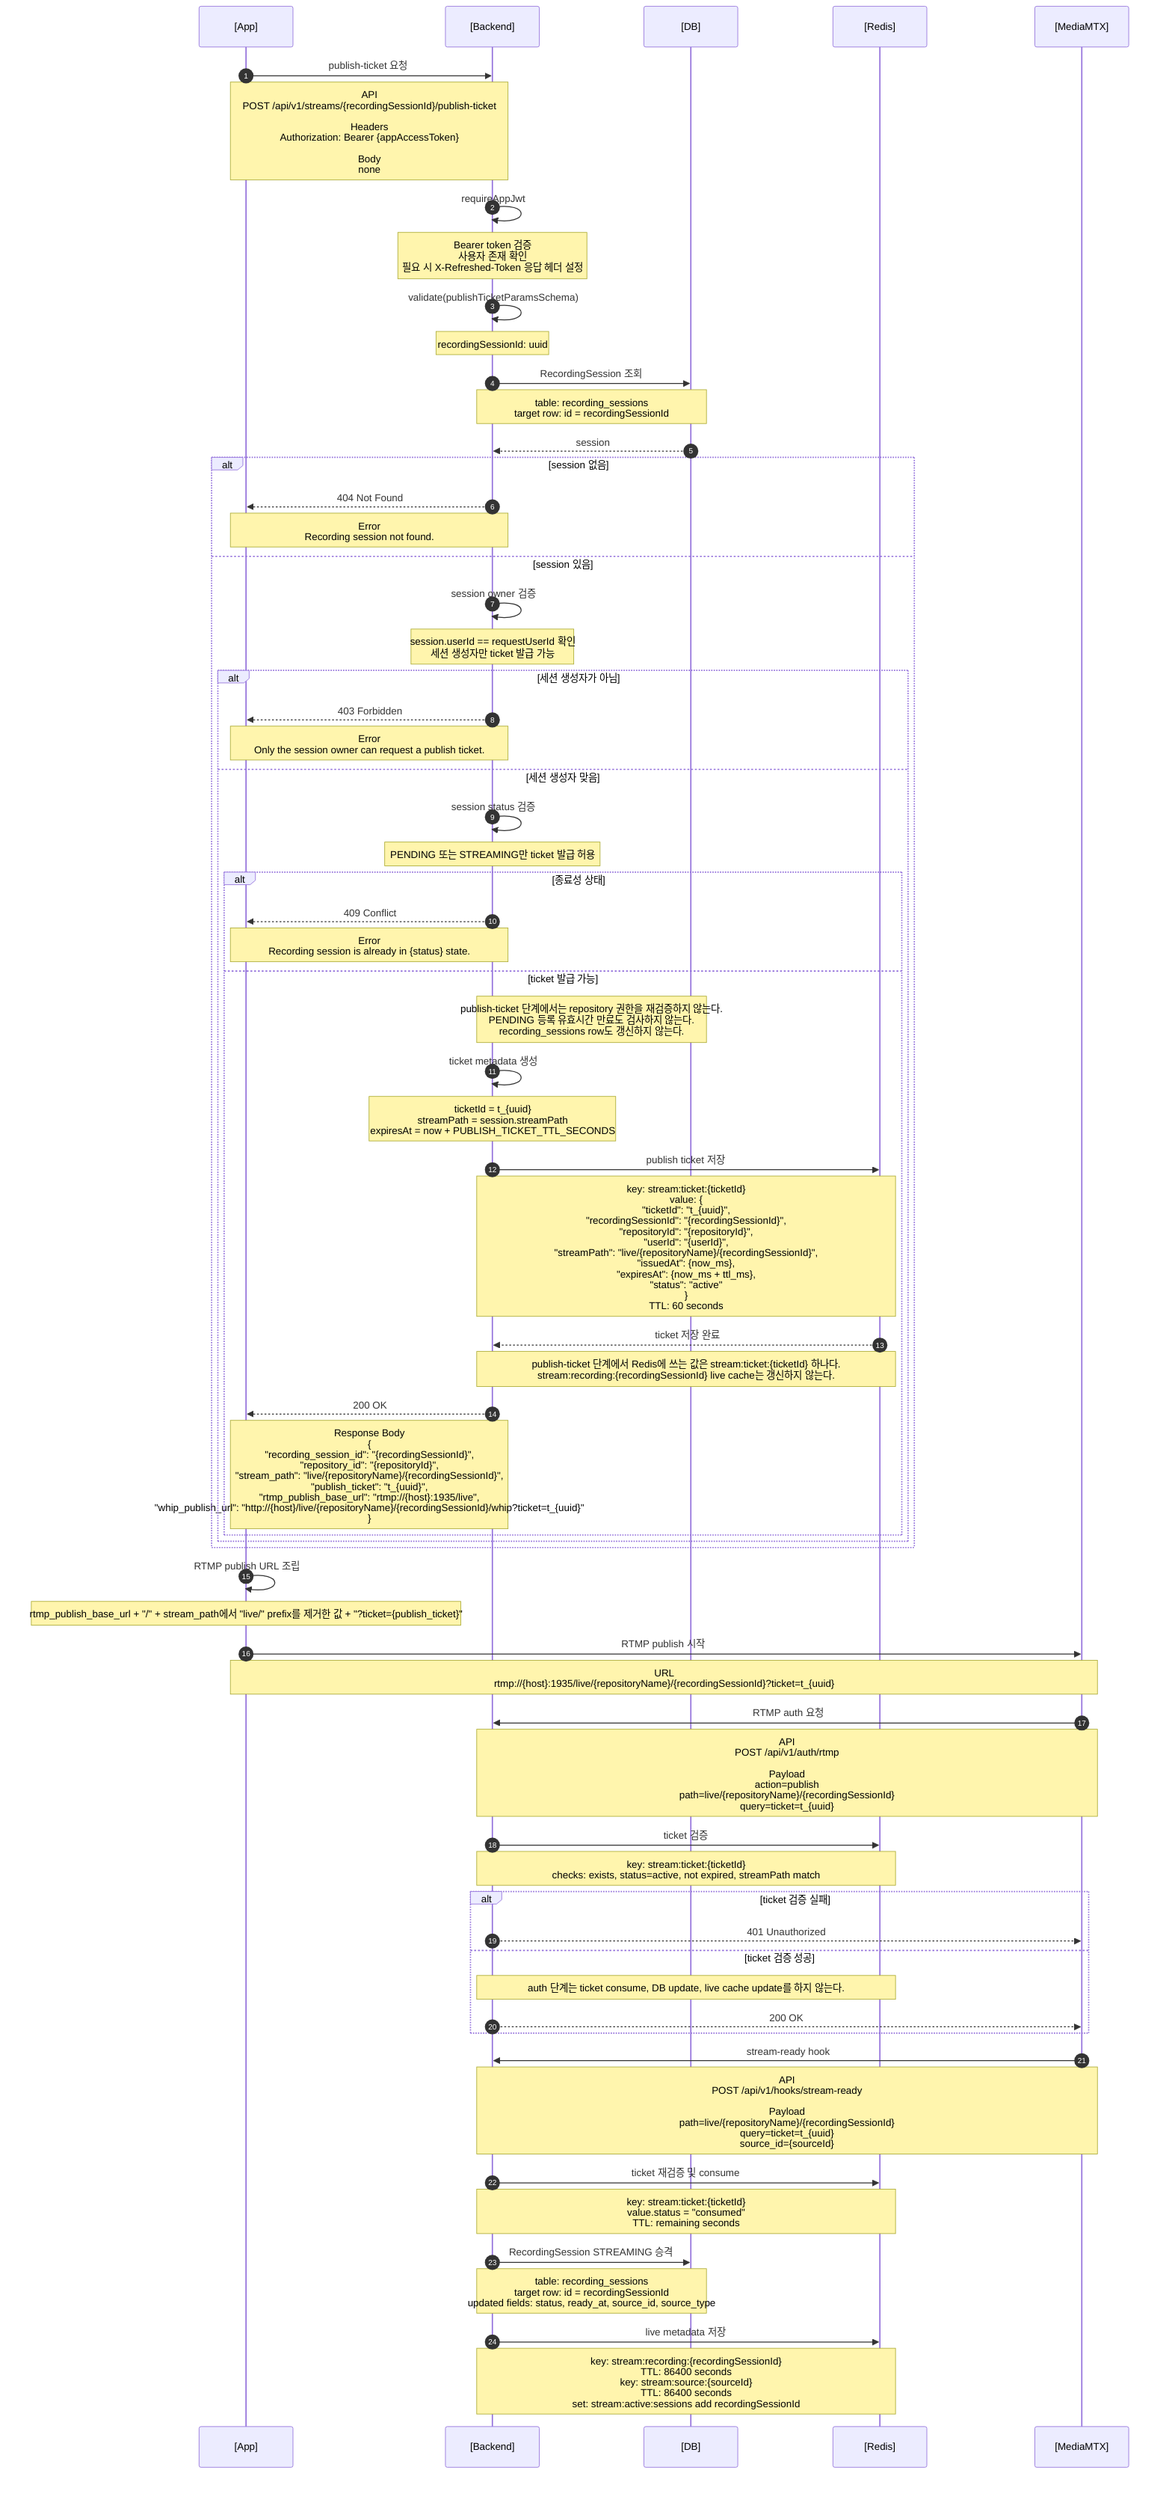
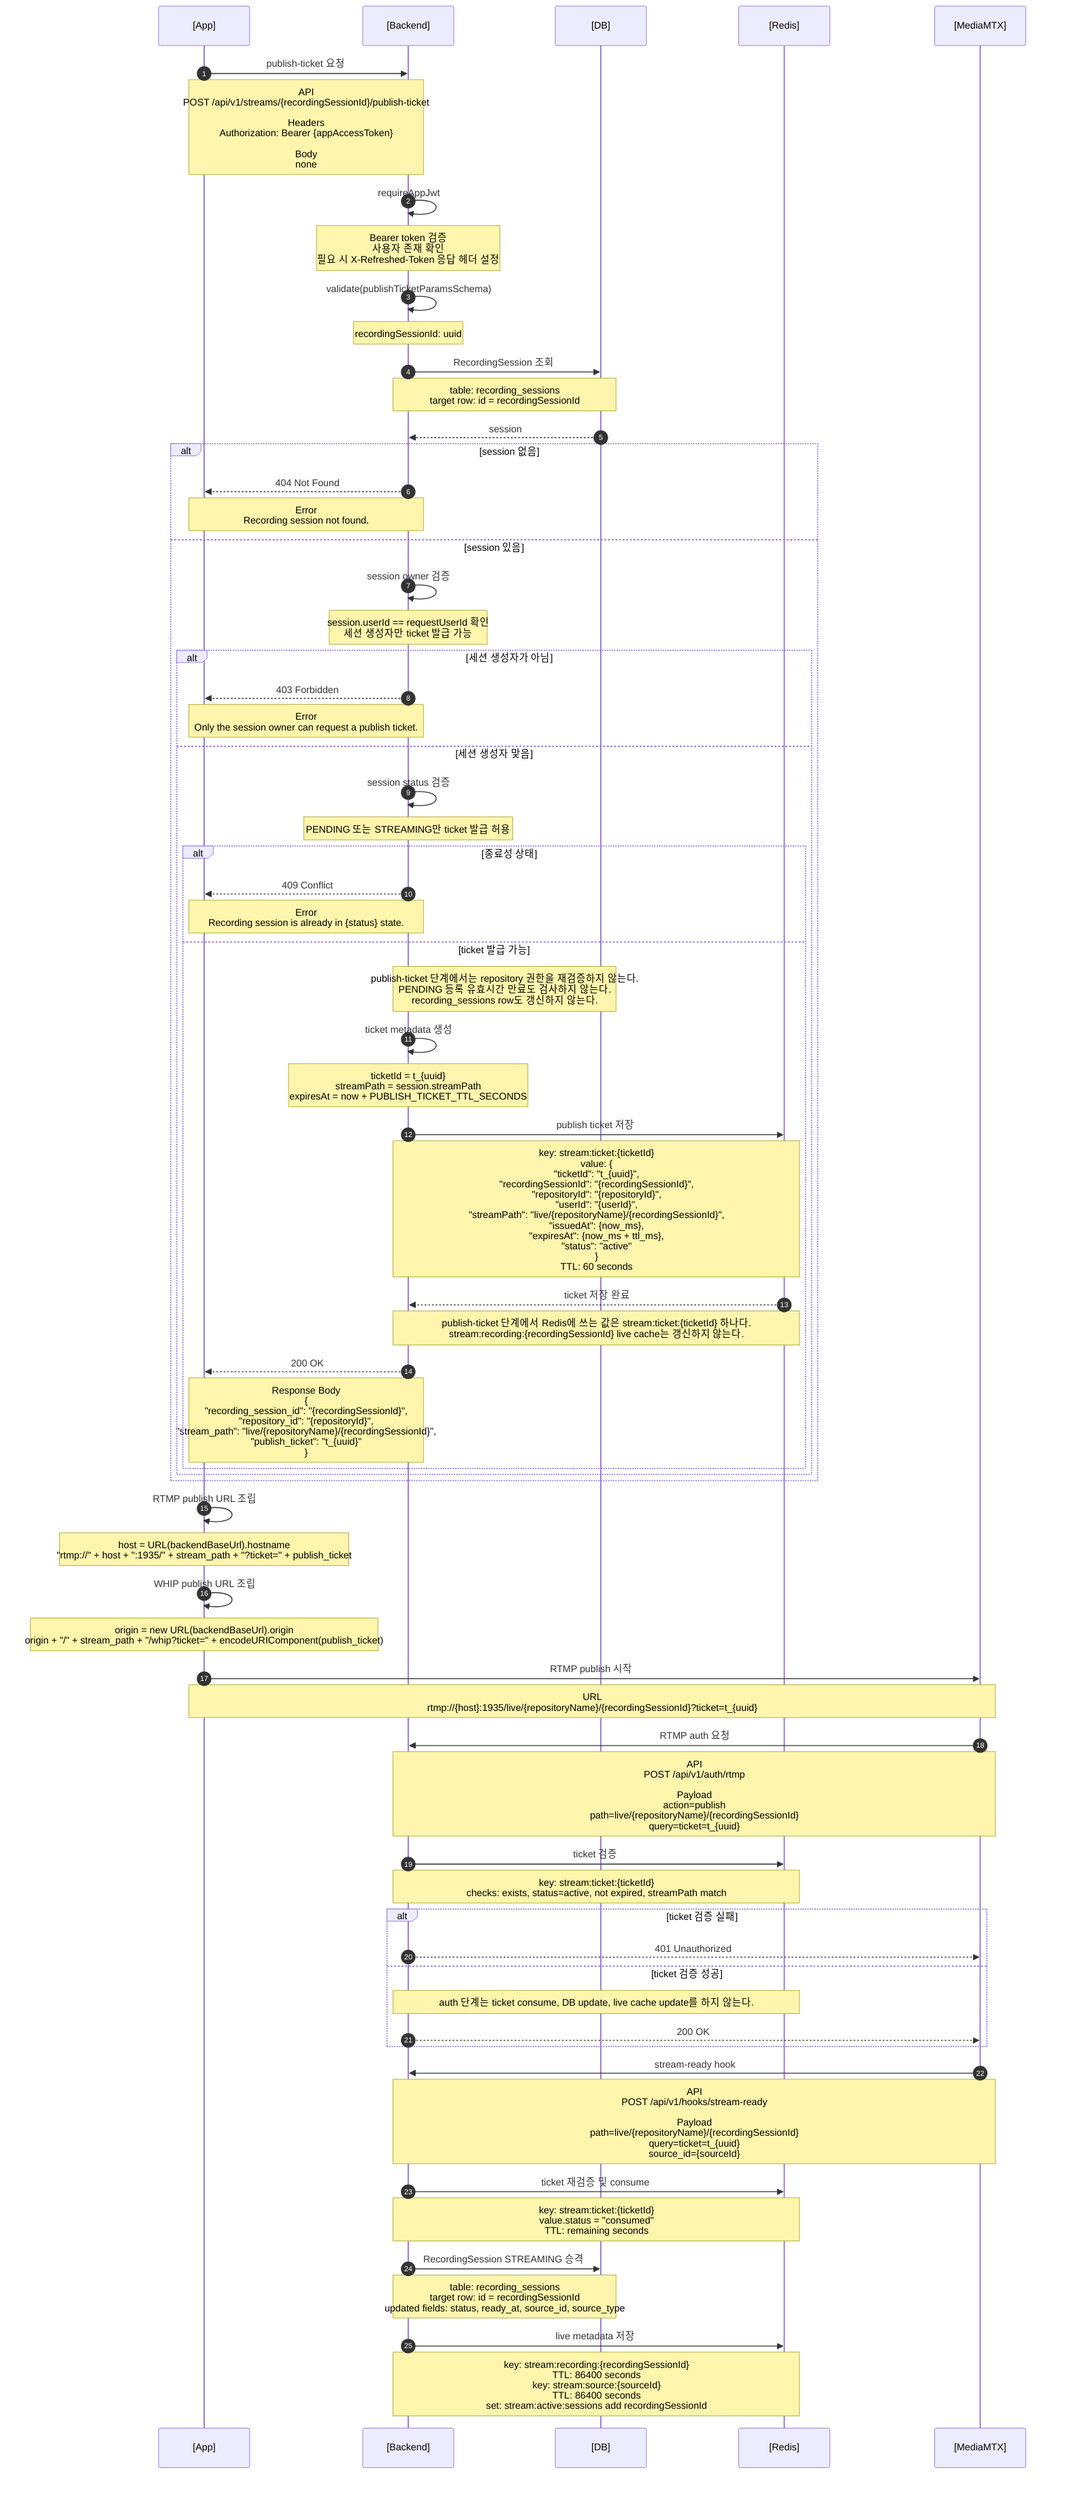
sequenceDiagram
  autonumber
  participant App as [App]
  participant Backend as [Backend]
  participant DB as [DB]
  participant Redis as [Redis]
  participant MTX as [MediaMTX]

  App->>Backend: publish-ticket 요청
  Note over App,Backend: API<br/>POST /api/v1/streams/{recordingSessionId}/publish-ticket<br/><br/>Headers<br/>Authorization: Bearer {appAccessToken}<br/><br/>Body<br/>none

  Backend->>Backend: requireAppJwt
  Note over Backend: Bearer token 검증<br/>사용자 존재 확인<br/>필요 시 X-Refreshed-Token 응답 헤더 설정
  Backend->>Backend: validate(publishTicketParamsSchema)
  Note over Backend: recordingSessionId: uuid

  Backend->>DB: RecordingSession 조회
  Note over Backend,DB: table: recording_sessions<br/>target row: id = recordingSessionId
  DB-->>Backend: session

  alt session 없음
    Backend-->>App: 404 Not Found
    Note over App,Backend: Error<br/>Recording session not found.
  else session 있음
    Backend->>Backend: session owner 검증
    Note over Backend: session.userId == requestUserId 확인<br/>세션 생성자만 ticket 발급 가능
    alt 세션 생성자가 아님
      Backend-->>App: 403 Forbidden
      Note over App,Backend: Error<br/>Only the session owner can request a publish ticket.
    else 세션 생성자 맞음
      Backend->>Backend: session status 검증
      Note over Backend: PENDING 또는 STREAMING만 ticket 발급 허용
      alt 종료성 상태
        Backend-->>App: 409 Conflict
        Note over App,Backend: Error<br/>Recording session is already in {status} state.
      else ticket 발급 가능
        Note over Backend,DB: publish-ticket 단계에서는 repository 권한을 재검증하지 않는다.<br/>PENDING 등록 유효시간 만료도 검사하지 않는다.<br/>recording_sessions row도 갱신하지 않는다.

        Backend->>Backend: ticket metadata 생성
        Note over Backend: ticketId = t_{uuid}<br/>streamPath = session.streamPath<br/>expiresAt = now + PUBLISH_TICKET_TTL_SECONDS

        Backend->>Redis: publish ticket 저장
        Note over Backend,Redis: key: stream:ticket:{ticketId}<br/>value: {<br/>  "ticketId": "t_{uuid}",<br/>  "recordingSessionId": "{recordingSessionId}",<br/>  "repositoryId": "{repositoryId}",<br/>  "userId": "{userId}",<br/>  "streamPath": "live/{repositoryName}/{recordingSessionId}",<br/>  "issuedAt": {now_ms},<br/>  "expiresAt": {now_ms + ttl_ms},<br/>  "status": "active"<br/>}<br/>TTL: 60 seconds
        Redis-->>Backend: ticket 저장 완료

        Note over Backend,Redis: publish-ticket 단계에서 Redis에 쓰는 값은 stream:ticket:{ticketId} 하나다.<br/>stream:recording:{recordingSessionId} live cache는 갱신하지 않는다.

        Backend-->>App: 200 OK
-         Note over App,Backend: Response Body<br/>{<br/>  "recording_session_id": "{recordingSessionId}",<br/>  "repository_id": "{repositoryId}",<br/>  "stream_path": "live/{repositoryName}/{recordingSessionId}",<br/>  "publish_ticket": "t_{uuid}",<br/>  "rtmp_publish_base_url": "rtmp://{host}:1935/live",<br/>  "whip_publish_url": "http://{host}/live/{repositoryName}/{recordingSessionId}/whip?ticket=t_{uuid}"<br/>}
+         Note over App,Backend: Response Body<br/>{<br/>  "recording_session_id": "{recordingSessionId}",<br/>  "repository_id": "{repositoryId}",<br/>  "stream_path": "live/{repositoryName}/{recordingSessionId}",<br/>  "publish_ticket": "t_{uuid}"<br/>}
      end
    end
  end

  App->>App: RTMP publish URL 조립
-   Note over App: rtmp_publish_base_url + "/" + stream_path에서 "live/" prefix를 제거한 값 + "?ticket={publish_ticket}"
+   Note over App: host = URL(backendBaseUrl).hostname<br/>"rtmp://" + host + ":1935/" + stream_path + "?ticket=" + publish_ticket
+   App->>App: WHIP publish URL 조립
+   Note over App: origin = new URL(backendBaseUrl).origin<br/>origin + "/" + stream_path + "/whip?ticket=" + encodeURIComponent(publish_ticket)
  App->>MTX: RTMP publish 시작
  Note over App,MTX: URL<br/>rtmp://{host}:1935/live/{repositoryName}/{recordingSessionId}?ticket=t_{uuid}
  MTX->>Backend: RTMP auth 요청
  Note over Backend,MTX: API<br/>POST /api/v1/auth/rtmp<br/><br/>Payload<br/>action=publish<br/>path=live/{repositoryName}/{recordingSessionId}<br/>query=ticket=t_{uuid}

  Backend->>Redis: ticket 검증
  Note over Backend,Redis: key: stream:ticket:{ticketId}<br/>checks: exists, status=active, not expired, streamPath match
  alt ticket 검증 실패
    Backend-->>MTX: 401 Unauthorized
  else ticket 검증 성공
    Note over Backend,Redis: auth 단계는 ticket consume, DB update, live cache update를 하지 않는다.
    Backend-->>MTX: 200 OK
  end

  MTX->>Backend: stream-ready hook
  Note over Backend,MTX: API<br/>POST /api/v1/hooks/stream-ready<br/><br/>Payload<br/>path=live/{repositoryName}/{recordingSessionId}<br/>query=ticket=t_{uuid}<br/>source_id={sourceId}
  Backend->>Redis: ticket 재검증 및 consume
  Note over Backend,Redis: key: stream:ticket:{ticketId}<br/>value.status = "consumed"<br/>TTL: remaining seconds
  Backend->>DB: RecordingSession STREAMING 승격
  Note over Backend,DB: table: recording_sessions<br/>target row: id = recordingSessionId<br/>updated fields: status, ready_at, source_id, source_type
  Backend->>Redis: live metadata 저장
  Note over Backend,Redis: key: stream:recording:{recordingSessionId}<br/>TTL: 86400 seconds<br/>key: stream:source:{sourceId}<br/>TTL: 86400 seconds<br/>set: stream:active:sessions add recordingSessionId
